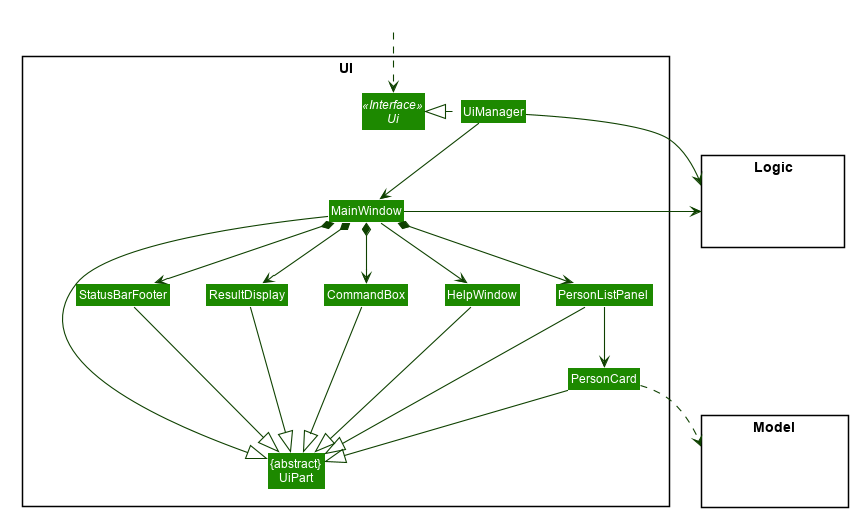
Before: docs/images/UiClassDiagram.png, a diagram exported from PlantUML (nus-cs2103-AY2021S2/tp).
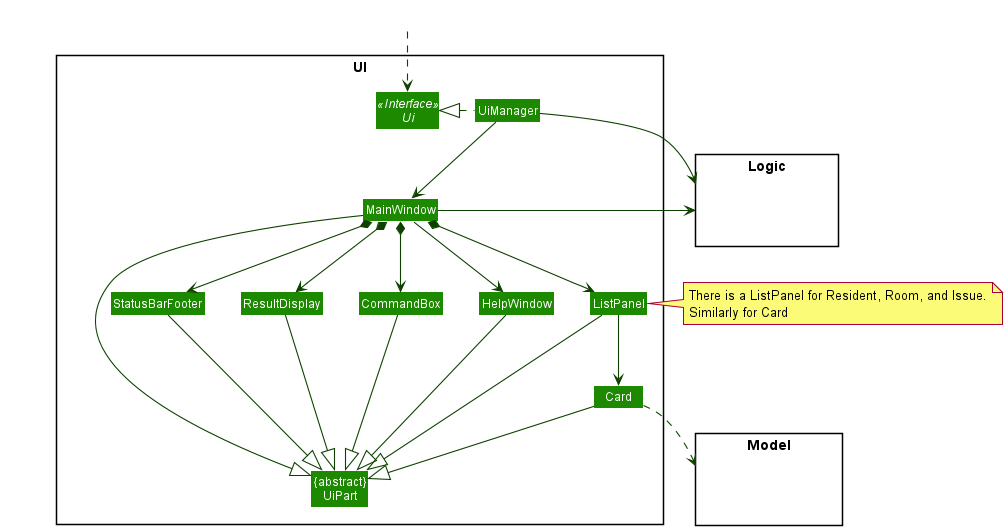
After the change.

Commit message:
Docs(UG): Export and update UI diagram

The edit, as a diff of the source:
```diff
@@ -1,55 +1,8 @@
 @startuml
-
-
-
-
-
-
-
-
-skinparam BackgroundColor #FFFFFFF
-
-skinparam Shadowing false
-
-skinparam Class {
-    FontColor #FFFFFF
-    BorderThickness 1
-    BorderColor #FFFFFF
-    StereotypeFontColor #FFFFFF
-    FontName Arial
-}
-
-skinparam Actor {
-    BorderColor #000000
-    Color #000000
-    FontName Arial
-}
-
-skinparam Sequence {
-    MessageAlign center
-    BoxFontSize 15
-    BoxPadding 0
-    BoxFontColor #FFFFFF
-    FontName Arial
-}
-
-skinparam Participant {
-    FontColor #FFFFFFF
-    Padding 20
-}
-
-skinparam MinClassWidth 50
-skinparam ParticipantPadding 10
-skinparam Shadowing false
-skinparam DefaultTextAlignment center
-skinparam packageStyle Rectangle
-
-hide footbox
-hide members
-hide circle
+!include style.puml
 skinparam arrowThickness 1.1
-skinparam arrowColor #0E4100
-skinparam classBackgroundColor #1D8900
+skinparam arrowColor UI_COLOR_T4
+skinparam classBackgroundColor UI_COLOR
 
 package UI <<Rectangle>>{
 Interface Ui <<Interface>>
@@ -58,8 +11,8 @@
 Class MainWindow
 Class HelpWindow
 Class ResultDisplay
-Class PersonListPanel
-Class PersonCard
+Class ListPanel
+Class Card
 Class StatusBarFooter
 Class CommandBox
 }
@@ -80,25 +33,29 @@
 MainWindow --> HelpWindow
 MainWindow *-down-> CommandBox
 MainWindow *-down-> ResultDisplay
-MainWindow *-down-> PersonListPanel
+MainWindow *-down-> ListPanel
+note right
+There is a ListPanel for Resident, Room, and Issue.
+Similarly for Card
+end note
 MainWindow *-down-> StatusBarFooter
 
-PersonListPanel -down-> PersonCard
+ListPanel -down-> Card
 
 MainWindow -left-|> UiPart
 
 ResultDisplay --|> UiPart
 CommandBox --|> UiPart
-PersonListPanel --|> UiPart
-PersonCard --|> UiPart
+ListPanel --|> UiPart
+Card --|> UiPart
 StatusBarFooter --|> UiPart
 HelpWindow -down-|> UiPart
 
-PersonCard ..> Model
+Card ..> Model
 UiManager -right-> Logic
 MainWindow -left-> Logic
 
-PersonListPanel -[hidden]left- HelpWindow
+ListPanel -[hidden]left- HelpWindow
 HelpWindow -[hidden]left- CommandBox
 CommandBox -[hidden]left- ResultDisplay
 ResultDisplay -[hidden]left- StatusBarFooter
```
